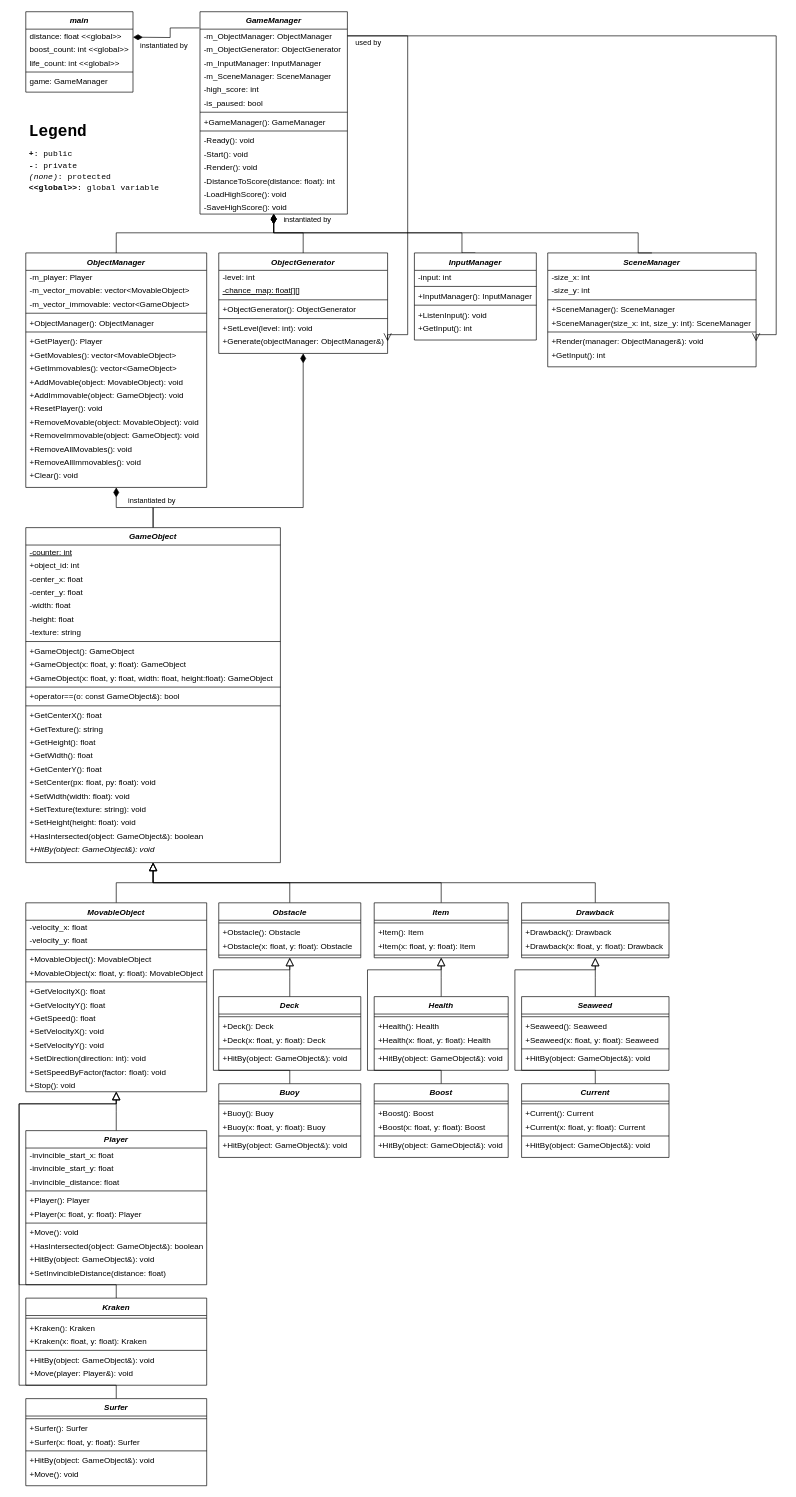
Earlier version of the draw.io diagram docs/diagram/surfing_game_diagram.drawio (bgb10/console-surfing-game). Source tidied: cells renumbered, new cells numbered last; positions are measured from the earlier drawing's top-left corner, leaving out a move shared by most shapes. Both pictures are drawn from the tidied source at 67%, with x=0, y=0 at pixel (19, 11).
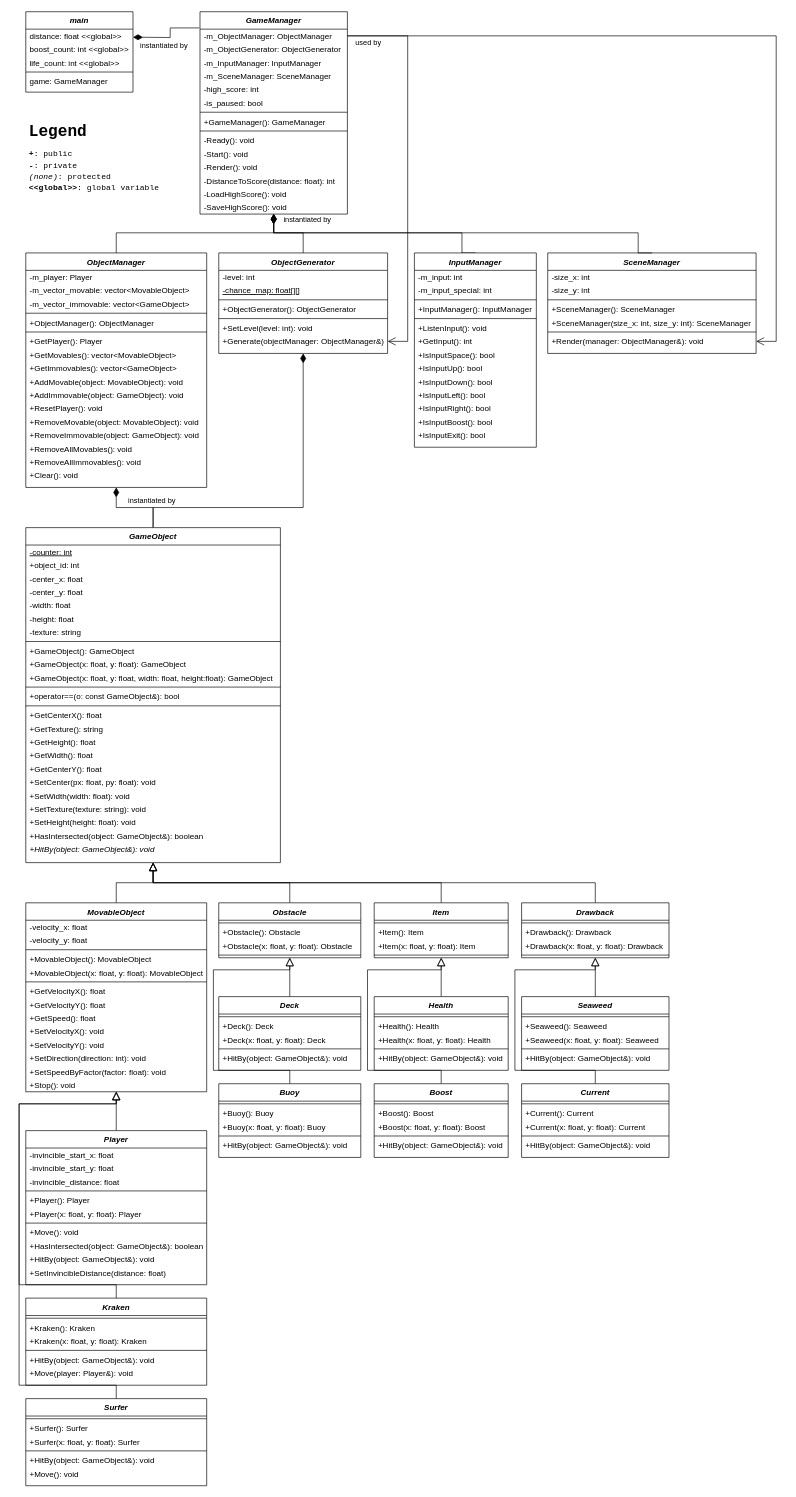
The same diagram, later.

The change refers to these unchanged cells:
```xml
<mxCell id="9" value="-m_ObjectManager: ObjectManager" style="text;align=left;verticalAlign=middle;spacingLeft=4;spacingRight=4;overflow=hidden;points=[[0,0.5],[1,0.5]];portConstraint=eastwest;imageHeight=18;" parent="8" vertex="1">
  <mxGeometry y="26" width="220" height="20" as="geometry" />
</mxCell>
<mxCell id="69" value="+Generate(objectManager: ObjectManager&amp;)" style="text;align=left;verticalAlign=middle;spacingLeft=4;spacingRight=4;overflow=hidden;points=[[0,0.5],[1,0.5]];portConstraint=eastwest;rounded=0;shadow=0;html=0;" parent="62" vertex="1">
  <mxGeometry y="122" width="252" height="20" as="geometry" />
</mxCell>
<mxCell id="84" value="+Render(manager: ObjectManager&amp;): void" style="text;align=left;verticalAlign=middle;spacingLeft=4;spacingRight=4;overflow=hidden;points=[[0,0.5],[1,0.5]];portConstraint=eastwest;rounded=0;shadow=0;html=0;" parent="77" vertex="1">
  <mxGeometry y="122" width="311" height="20" as="geometry" />
</mxCell>
```

What changed in the source:
```diff
@@
     <mxCell id="70" value="InputManager" style="swimlane;fontStyle=3;align=center;verticalAlign=top;horizontal=1;startSize=26;rounded=0;shadow=0;strokeWidth=1;" parent="1" vertex="1">
-      <mxGeometry x="590" y="360" width="182" height="130" as="geometry" />
+      <mxGeometry x="590" y="360" width="182" height="290" as="geometry" />
     </mxCell>
-    <mxCell id="71" value="-input: int" style="text;align=left;verticalAlign=middle;spacingLeft=4;spacingRight=4;overflow=hidden;imageHeight=18;" parent="70" vertex="1">
+    <mxCell id="71" value="-m_input: int" style="text;align=left;verticalAlign=middle;spacingLeft=4;spacingRight=4;overflow=hidden;imageHeight=18;" parent="70" vertex="1">
       <mxGeometry y="26" width="182" height="20" as="geometry" />
     </mxCell>
+    <mxCell id="208" value="-m_input_special: int" style="text;align=left;verticalAlign=middle;spacingLeft=4;spacingRight=4;overflow=hidden;imageHeight=18;" parent="70" vertex="1">
+      <mxGeometry y="46" width="182" height="20" as="geometry" />
+    </mxCell>
     <mxCell id="72" style="line;html=1;strokeWidth=1;align=left;verticalAlign=middle;spacingTop=-1;spacingLeft=3;spacingRight=3;labelPosition=right;" parent="70" vertex="1">
-      <mxGeometry y="46" width="182" height="8" as="geometry" />
+      <mxGeometry y="66" width="182" height="8" as="geometry" />
     </mxCell>
     <mxCell id="73" value="+InputManager(): InputManager" style="text;align=left;verticalAlign=middle;spacingLeft=4;spacingRight=4;overflow=hidden;rounded=0;shadow=0;html=0;" parent="70" vertex="1">
-      <mxGeometry y="54" width="182" height="20" as="geometry" />
+      <mxGeometry y="74" width="182" height="20" as="geometry" />
     </mxCell>
     <mxCell id="74" style="line;html=1;strokeWidth=1;align=left;verticalAlign=middle;spacingTop=-1;spacingLeft=3;spacingRight=3;labelPosition=right;" parent="70" vertex="1">
-      <mxGeometry y="74" width="182" height="8" as="geometry" />
+      <mxGeometry y="94" width="182" height="8" as="geometry" />
     </mxCell>
     <mxCell id="75" value="+ListenInput(): void" style="text;align=left;verticalAlign=middle;spacingLeft=4;spacingRight=4;overflow=hidden;rounded=0;shadow=0;html=0;" parent="70" vertex="1">
-      <mxGeometry y="82" width="182" height="20" as="geometry" />
+      <mxGeometry y="102" width="182" height="20" as="geometry" />
     </mxCell>
     <mxCell id="76" value="+GetInput(): int" style="text;align=left;verticalAlign=middle;spacingLeft=4;spacingRight=4;overflow=hidden;rounded=0;shadow=0;html=0;" parent="70" vertex="1">
-      <mxGeometry y="102" width="182" height="20" as="geometry" />
+      <mxGeometry y="122" width="182" height="20" as="geometry" />
     </mxCell>
+    <mxCell id="209" value="+IsInputSpace(): bool" style="text;align=left;verticalAlign=middle;spacingLeft=4;spacingRight=4;overflow=hidden;rounded=0;shadow=0;html=0;" parent="70" vertex="1">
+      <mxGeometry y="142" width="182" height="20" as="geometry" />
+    </mxCell>
+    <mxCell id="210" value="+IsInputUp(): bool" style="text;align=left;verticalAlign=middle;spacingLeft=4;spacingRight=4;overflow=hidden;rounded=0;shadow=0;html=0;" parent="70" vertex="1">
+      <mxGeometry y="162" width="182" height="20" as="geometry" />
+    </mxCell>
+    <mxCell id="211" value="+IsInputDown(): bool" style="text;align=left;verticalAlign=middle;spacingLeft=4;spacingRight=4;overflow=hidden;rounded=0;shadow=0;html=0;" parent="70" vertex="1">
+      <mxGeometry y="182" width="182" height="20" as="geometry" />
+    </mxCell>
+    <mxCell id="212" value="+IsInputLeft(): bool" style="text;align=left;verticalAlign=middle;spacingLeft=4;spacingRight=4;overflow=hidden;rounded=0;shadow=0;html=0;" parent="70" vertex="1">
+      <mxGeometry y="202" width="182" height="20" as="geometry" />
+    </mxCell>
+    <mxCell id="213" value="+IsInputRight(): bool" style="text;align=left;verticalAlign=middle;spacingLeft=4;spacingRight=4;overflow=hidden;rounded=0;shadow=0;html=0;" parent="70" vertex="1">
+      <mxGeometry y="222" width="182" height="20" as="geometry" />
+    </mxCell>
+    <mxCell id="214" value="+IsInputBoost(): bool" style="text;align=left;verticalAlign=middle;spacingLeft=4;spacingRight=4;overflow=hidden;rounded=0;shadow=0;html=0;" parent="70" vertex="1">
+      <mxGeometry y="242" width="182" height="20" as="geometry" />
+    </mxCell>
+    <mxCell id="215" value="+IsInputExit(): bool" style="text;align=left;verticalAlign=middle;spacingLeft=4;spacingRight=4;overflow=hidden;rounded=0;shadow=0;html=0;" parent="70" vertex="1">
+      <mxGeometry y="262" width="182" height="20" as="geometry" />
+    </mxCell>
     <mxCell id="77" value="SceneManager" style="swimlane;fontStyle=3;align=center;verticalAlign=top;horizontal=1;startSize=26;rounded=0;shadow=0;strokeWidth=1;" parent="1" vertex="1">
-      <mxGeometry x="789" y="360" width="311" height="170" as="geometry" />
+      <mxGeometry x="789" y="360" width="311" height="150" as="geometry" />
     </mxCell>
@@
-    <mxCell id="85" value="+GetInput(): int" style="text;align=left;verticalAlign=middle;spacingLeft=4;spacingRight=4;overflow=hidden;rounded=0;shadow=0;html=0;" parent="77" vertex="1">
-      <mxGeometry y="142" width="311" height="20" as="geometry" />
-    </mxCell>
@@
     <mxCell id="205" style="edgeStyle=orthogonalEdgeStyle;rounded=0;jettySize=auto;html=1;entryX=1;entryY=0.5;entryDx=0;entryDy=0;endArrow=none;endFill=0;startArrow=open;startFill=0;startSize=10;exitX=1;exitY=0.5;exitDx=0;exitDy=0;" parent="1" edge="1" source="84" target="9">
       <mxGeometry x="-0.18" y="-12" relative="1" as="geometry">
         <Array as="points">
-          <mxPoint x="1130" y="482" />
+          <mxPoint x="1130" y="492" />
           <mxPoint x="1130" y="36" />
         </Array>
       </mxGeometry>
     </mxCell>
     <mxCell id="206" style="edgeStyle=orthogonalEdgeStyle;rounded=0;jettySize=auto;html=1;entryX=1;entryY=0.5;entryDx=0;entryDy=0;endArrow=none;endFill=0;startArrow=open;startFill=0;startSize=10;exitX=1;exitY=0.5;exitDx=0;exitDy=0;" parent="1" edge="1" source="69" target="9">
       <mxGeometry x="-0.18" y="-12" relative="1" as="geometry">
         <Array as="points">
-          <mxPoint x="580" y="482" />
+          <mxPoint x="580" y="492" />
           <mxPoint x="580" y="36" />
         </Array>
       </mxGeometry>
     </mxCell>
```
